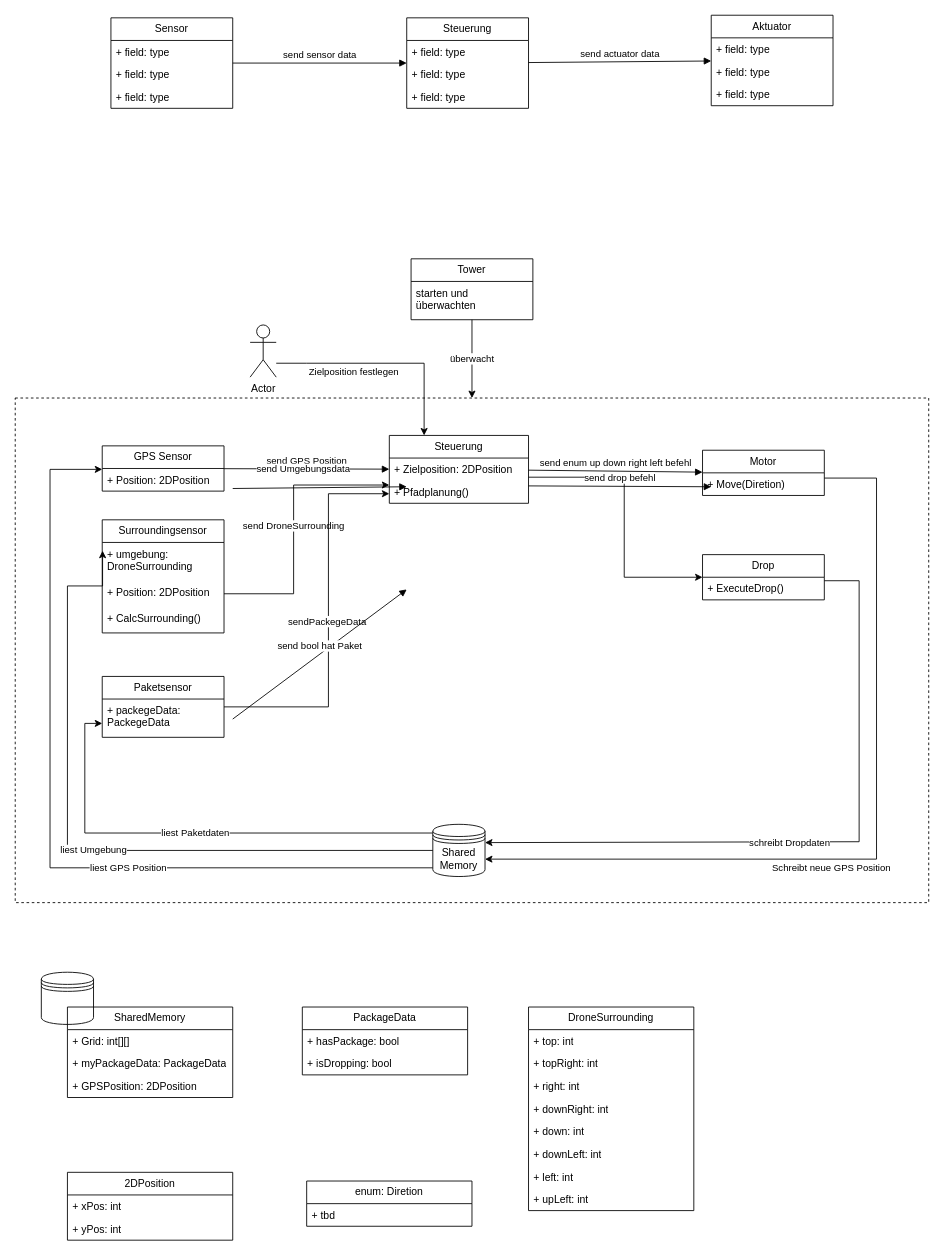
Before: Entwurf/Systementwurf.drawio in WilkoLu/RoSiBa, a draw.io diagram. Source tidied: cells renumbered, new cells numbered last; positions are measured from the earlier drawing's top-left corner, leaving out a move shared by most shapes. Both pictures are drawn from the tidied source at 87%, with x=0, y=0 at pixel (15, 15).
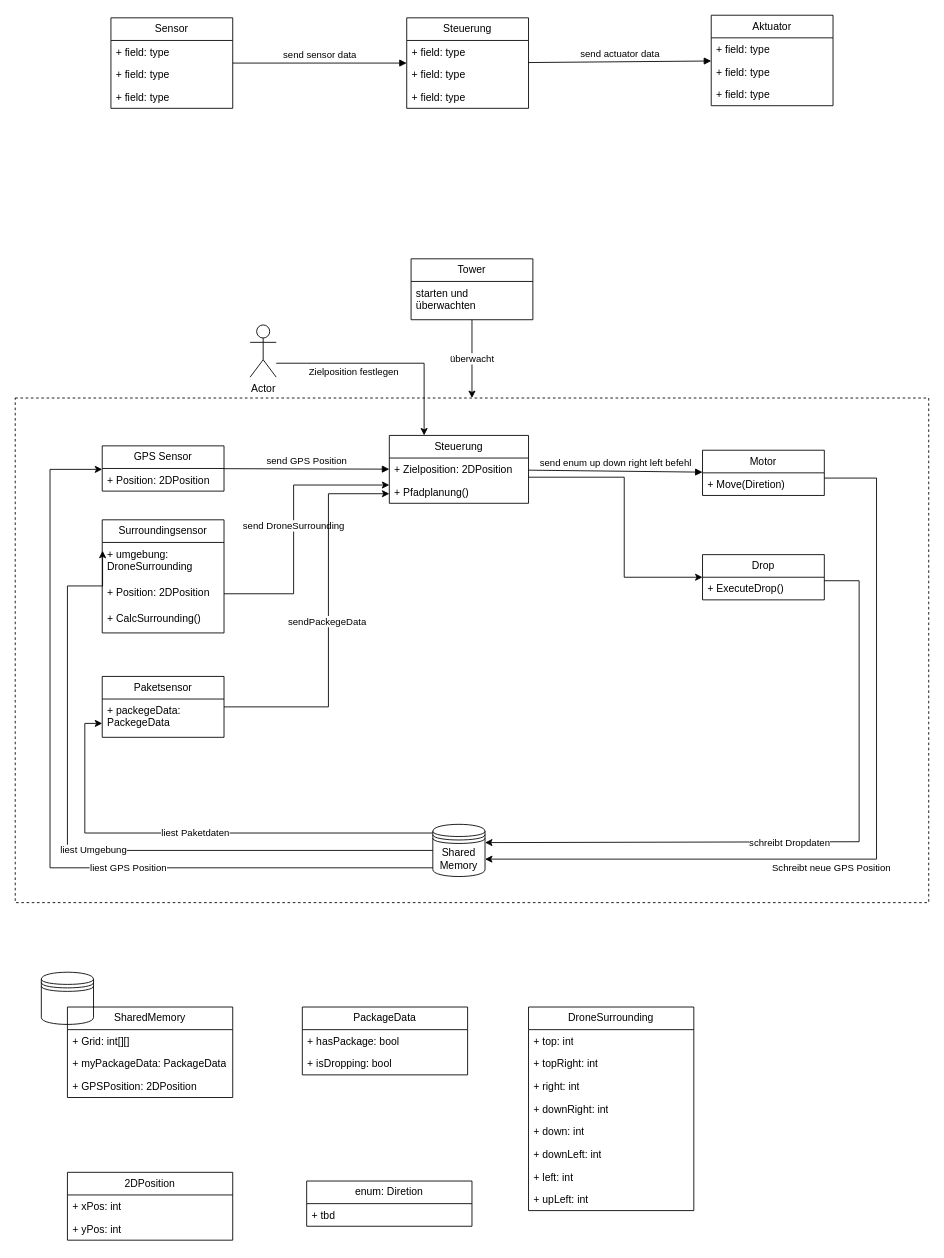
The same diagram, later.

The edit, as a diff of the source:
```diff
@@
-    <mxCell id="33" value="send Umgebungsdata" style="html=1;verticalAlign=bottom;endArrow=block;curved=0;rounded=0;exitX=1.002;exitY=0.306;exitDx=0;exitDy=0;exitPerimeter=0;entryX=0;entryY=0.5;entryDx=0;entryDy=0;" parent="1" edge="1">
-      <mxGeometry x="-0.19" y="12" relative="1" as="geometry">
-        <mxPoint x="250" y="544" as="sourcePoint" />
-        <mxPoint x="450" y="542" as="targetPoint" />
-      </mxGeometry>
-    </mxCell>
@@
-    <mxCell id="36" value="send drop befehl" style="html=1;verticalAlign=bottom;endArrow=block;curved=0;rounded=0;entryX=-0.024;entryY=0.49;entryDx=0;entryDy=0;entryPerimeter=0;exitX=1;exitY=0.5;exitDx=0;exitDy=0;" parent="1" edge="1">
-      <mxGeometry relative="1" as="geometry">
-        <mxPoint x="590" y="541" as="sourcePoint" />
-        <mxPoint x="800" y="542" as="targetPoint" />
-      </mxGeometry>
-    </mxCell>
@@
-    <mxCell id="45" value="send bool hat Paket" style="html=1;verticalAlign=bottom;endArrow=block;curved=0;rounded=0;exitX=1.014;exitY=0.296;exitDx=0;exitDy=0;exitPerimeter=0;entryX=0;entryY=0.5;entryDx=0;entryDy=0;" parent="1" edge="1">
-      <mxGeometry relative="1" as="geometry">
-        <mxPoint x="250" y="809" as="sourcePoint" />
-        <mxPoint x="450" y="660" as="targetPoint" />
-      </mxGeometry>
-    </mxCell>
```
